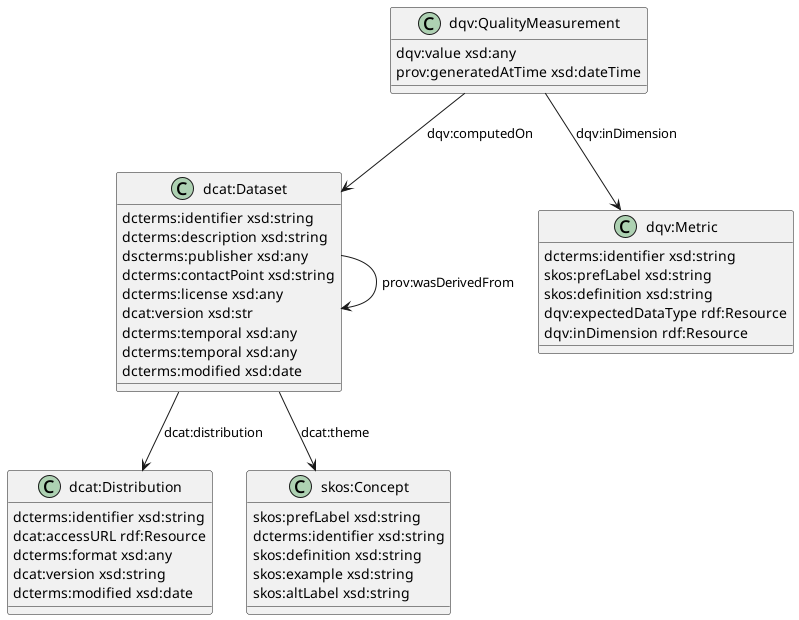
Before: out/documentation/datamodel/datamodel.png, a diagram exported from PlantUML (ines-tools/SimpleMDDataCatalog). Source of this version:
```plantuml
@startuml

class "dcat:Dataset" as dataset {
    dcterms:identifier xsd:string
    dcterms:description xsd:string
    dscterms:publisher xsd:any
    dcterms:contactPoint xsd:string
    dcterms:license xsd:any
    dcat:version xsd:str
    dcterms:temporal xsd:any
    dcterms:temporal xsd:any
    dcterms:modified xsd:date
}

class "dcat:Distribution" as distribution {
    dcterms:identifier xsd:string
    dcat:accessURL rdf:Resource
    dcterms:format xsd:any
    dcat:version xsd:string
    dcterms:modified xsd:date

}

class "skos:Concept" as concept {
    skos:prefLabel xsd:string
    dcterms:identifier xsd:string
    skos:definition xsd:string
    skos:example xsd:string
    skos:altLabel xsd:string

}

class "dqv:Metric" as metric {
    dcterms:identifier xsd:string
    skos:prefLabel xsd:string
    skos:definition xsd:string
    dqv:expectedDataType rdf:Resource
    dqv:inDimension rdf:Resource
}

class "dqv:QualityMeasurement" as qualitymeasurement {
    dqv:value xsd:any
    prov:generatedAtTime xsd:dateTime

}

dataset --> distribution : "dcat:distribution"
dataset --> dataset : "prov:wasDerivedFrom"
dataset --> concept : "dcat:theme"

qualitymeasurement --> dataset : "dqv:computedOn"
qualitymeasurement --> metric : "dqv:inDimension"


@enduml
```
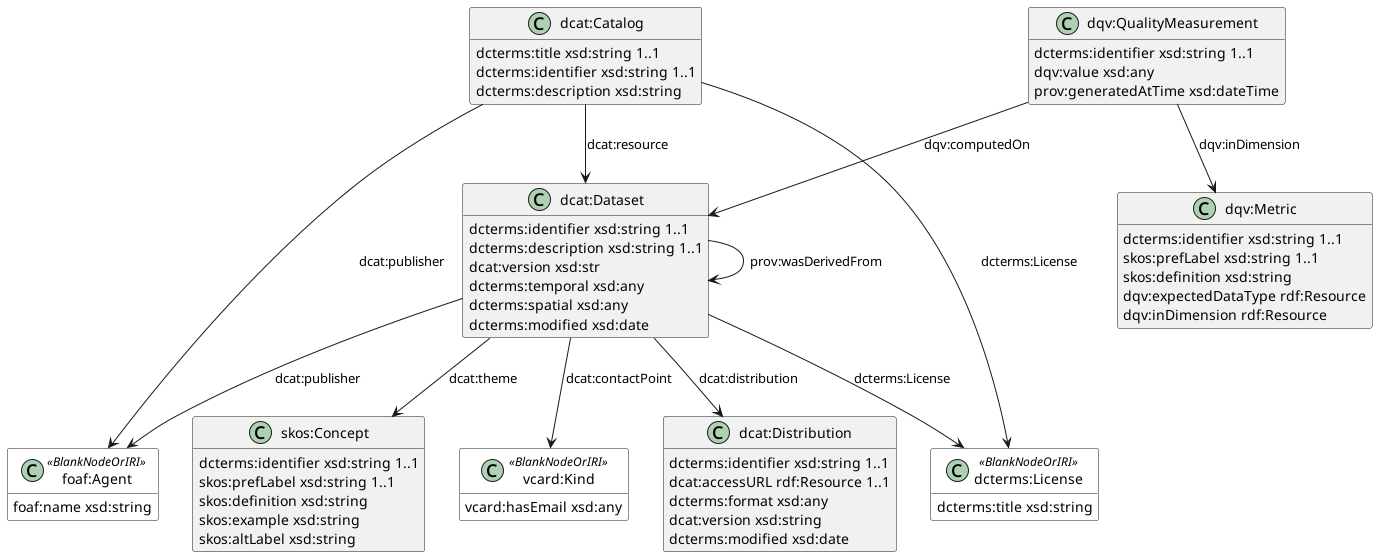
After the commit.

What changed in the source:
```diff
@@ -1,20 +1,40 @@
 @startuml
+hide empty members
+skinparam class {
+    BackgroundColor<<BlankNodeOrIRI>> white
+}
 
 class "dcat:Dataset" as dataset {
-    dcterms:identifier xsd:string
-    dcterms:description xsd:string
-    dscterms:publisher xsd:any
-    dcterms:contactPoint xsd:string
-    dcterms:license xsd:any
+    dcterms:identifier xsd:string 1..1
+    dcterms:description xsd:string 1..1
     dcat:version xsd:str
     dcterms:temporal xsd:any
-    dcterms:temporal xsd:any
+    dcterms:spatial xsd:any
     dcterms:modified xsd:date
 }
 
+class "dcat:Catalog" as catalog{
+    dcterms:title xsd:string 1..1
+    dcterms:identifier xsd:string 1..1
+    dcterms:description xsd:string
+}
+
+class "foaf:Agent" as agent <<BlankNodeOrIRI>>{
+    foaf:name xsd:string
+
+}
+
+class "dcterms:License" as license <<BlankNodeOrIRI>>{
+    dcterms:title xsd:string
+}
+
+class "vcard:Kind" as kind <<BlankNodeOrIRI>>{
+    vcard:hasEmail xsd:any
+}
+
 class "dcat:Distribution" as distribution {
-    dcterms:identifier xsd:string
-    dcat:accessURL rdf:Resource
+    dcterms:identifier xsd:string 1..1
+    dcat:accessURL rdf:Resource 1..1
     dcterms:format xsd:any
     dcat:version xsd:string
     dcterms:modified xsd:date
@@ -22,8 +42,8 @@
 }
 
 class "skos:Concept" as concept {
-    skos:prefLabel xsd:string
-    dcterms:identifier xsd:string
+    dcterms:identifier xsd:string 1..1
+    skos:prefLabel xsd:string 1..1
     skos:definition xsd:string
     skos:example xsd:string
     skos:altLabel xsd:string
@@ -31,14 +51,15 @@
 }
 
 class "dqv:Metric" as metric {
-    dcterms:identifier xsd:string
-    skos:prefLabel xsd:string
+    dcterms:identifier xsd:string 1..1
+    skos:prefLabel xsd:string 1..1
     skos:definition xsd:string
     dqv:expectedDataType rdf:Resource
     dqv:inDimension rdf:Resource
 }
 
 class "dqv:QualityMeasurement" as qualitymeasurement {
+    dcterms:identifier xsd:string 1..1
     dqv:value xsd:any
     prov:generatedAtTime xsd:dateTime
 
@@ -47,9 +68,16 @@
 dataset --> distribution : "dcat:distribution"
 dataset --> dataset : "prov:wasDerivedFrom"
 dataset --> concept : "dcat:theme"
+dataset --> agent :"dcat:publisher"
+dataset --> kind : "dcat:contactPoint"
+dataset --> license :"dcterms:License"
 
 qualitymeasurement --> dataset : "dqv:computedOn"
 qualitymeasurement --> metric : "dqv:inDimension"
 
+catalog --> license :"dcterms:License"
+catalog --> agent :"dcat:publisher"
+catalog --> dataset : "dcat:resource"
+
 
 @enduml
```
